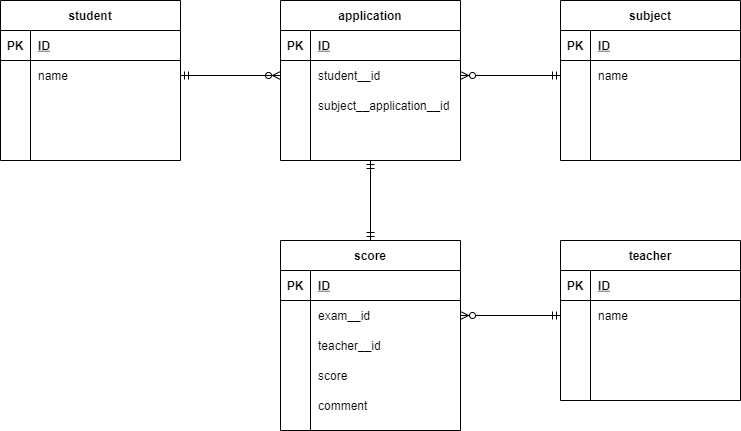
Earlier version of the draw.io export index.drawio.png (Tommy-maple/Database). Source tidied: cells renumbered, new cells last; positions are measured from the earlier drawing's top-left corner, leaving out a move shared by most shapes.
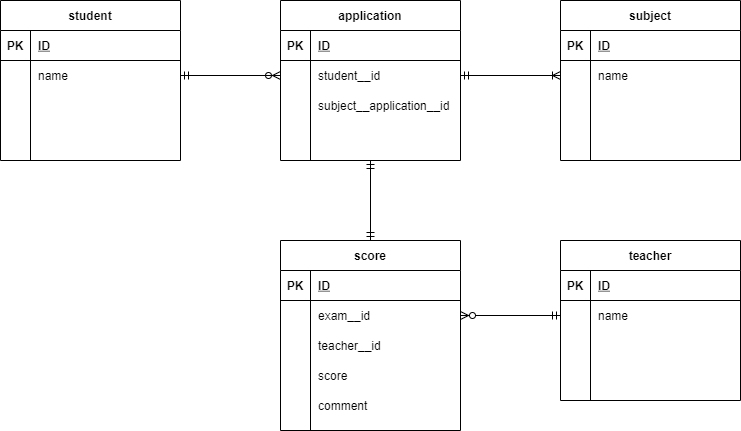
After the change.

The edit, as a diff of the source:
```diff
@@ -225,18 +225,18 @@
     <mxCell id="74" style="edgeStyle=orthogonalEdgeStyle;rounded=0;jettySize=auto;html=1;entryX=0;entryY=0.5;entryDx=0;entryDy=0;endArrow=ERmandOne;endFill=0;" parent="1" edge="1" source="36" target="52">
       <mxGeometry relative="1" as="geometry" />
     </mxCell>
+    <mxCell id="77" style="edgeStyle=orthogonalEdgeStyle;rounded=0;jettySize=auto;html=1;endArrow=ERzeroToMany;endFill=1;" parent="1" edge="1" source="52">
+      <mxGeometry relative="1" as="geometry">
+        <mxPoint x="460" y="315" as="targetPoint" />
+      </mxGeometry>
+    </mxCell>
-    <mxCell id="75" style="edgeStyle=orthogonalEdgeStyle;rounded=0;jettySize=auto;html=1;entryX=0;entryY=0.5;entryDx=0;entryDy=0;endArrow=ERmandOne;endFill=0;" parent="1" edge="1" source="20" target="65">
+    <mxCell id="75" style="edgeStyle=orthogonalEdgeStyle;rounded=0;jettySize=auto;html=1;endArrow=ERmandOne;endFill=0;exitX=0;exitY=0.5;exitDx=0;exitDy=0;" parent="1" edge="1" source="65" target="20">
       <mxGeometry relative="1" as="geometry" />
     </mxCell>
-    <mxCell id="76" style="edgeStyle=orthogonalEdgeStyle;rounded=0;jettySize=auto;html=1;endArrow=ERzeroToMany;endFill=1;" parent="1" edge="1" source="65">
-      <mxGeometry relative="1" as="geometry">
-        <mxPoint x="460" y="75" as="targetPoint" />
-      </mxGeometry>
-    </mxCell>
-    <mxCell id="77" style="edgeStyle=orthogonalEdgeStyle;rounded=0;jettySize=auto;html=1;endArrow=ERzeroToMany;endFill=1;" parent="1" edge="1" source="52">
-      <mxGeometry relative="1" as="geometry">
-        <mxPoint x="460" y="315" as="targetPoint" />
-      </mxGeometry>
-    </mxCell>
+    <mxCell id="78" style="edgeStyle=orthogonalEdgeStyle;rounded=0;jettySize=auto;html=1;endArrow=ERoneToMany;endFill=0;" parent="1" edge="1" source="20">
+      <mxGeometry relative="1" as="geometry">
+        <mxPoint x="560" y="75" as="targetPoint" />
+      </mxGeometry>
+    </mxCell>
   </root>
 </mxGraphModel>
```
